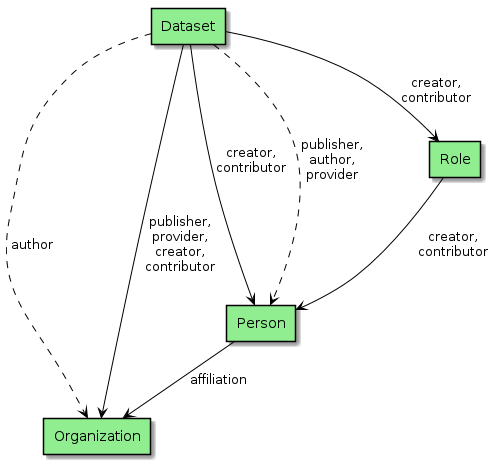
Before: series/diagrams/Contact.png, a diagram exported from PlantUML (eovoc/eo-on-schema.org). Source of this version:
```plantuml
@startuml

skinparam usecase {
BackgroundColor LightBlue
BorderColor Black
  ArrowColor Black
  linetype Ortho
}

skinparam agent {
BackgroundColor LightGreen
BorderColor Black
ArrowColor Black
linetype Ortho
}

agent Dataset
agent Organization
agent Person
agent Role


Dataset ..> Organization : "author"
Dataset --> Organization : "publisher,\nprovider,\ncreator,\ncontributor"

Dataset --> Person : "creator,\ncontributor"
Dataset --> Role : "creator,\ncontributor"
Role --> Person : "creator,\ncontributor"
Dataset ..> Person : "publisher,\nauthor,\nprovider"

Person --> Organization: "affiliation"
@enduml
```
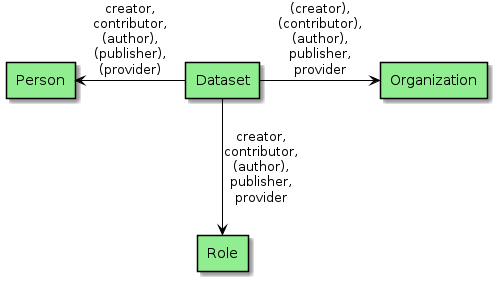
After the commit.

Diff of the diagram source:
```diff
@@ -20,13 +20,8 @@
 agent Role
 
 
-Dataset ..> Organization : "author"
-Dataset --> Organization : "publisher,\nprovider,\ncreator,\ncontributor"
+Dataset -right-> Organization : "(creator),\n(contributor),\n(author),\npublisher,\nprovider"
 
-Dataset --> Person : "creator,\ncontributor"
-Dataset --> Role : "creator,\ncontributor"
-Role --> Person : "creator,\ncontributor"
-Dataset ..> Person : "publisher,\nauthor,\nprovider"
-
-Person --> Organization: "affiliation"
+Dataset -left-> Person : "creator,\ncontributor,\n(author),\n(publisher),\n(provider)"
+Dataset --> Role : "creator,\ncontributor,\n(author),\npublisher,\nprovider"
 @enduml
```
